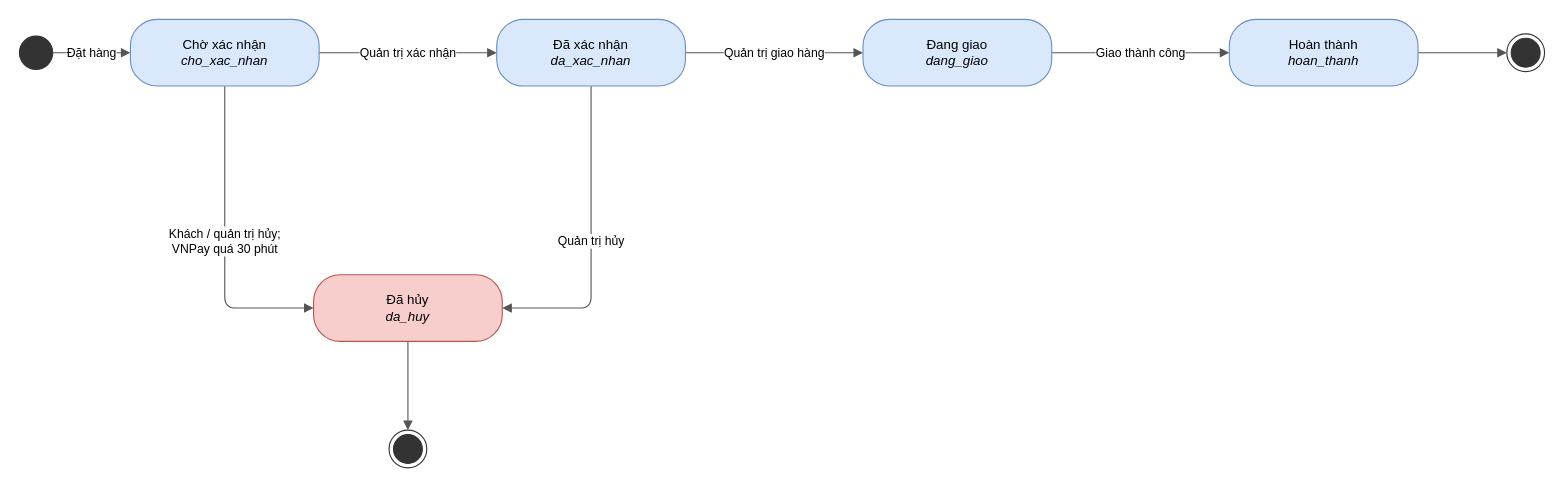
Above: docs/thiet-ke/15_tt_don_hang.drawio in phdinh254/TechGear (draw.io), before the change. Source tidied: cells renumbered, new cells numbered last; positions are measured from the earlier drawing's top-left corner, leaving out a move shared by most shapes. Both pictures are drawn from the tidied source at 111%, with x=0, y=0 at pixel (19, 19).
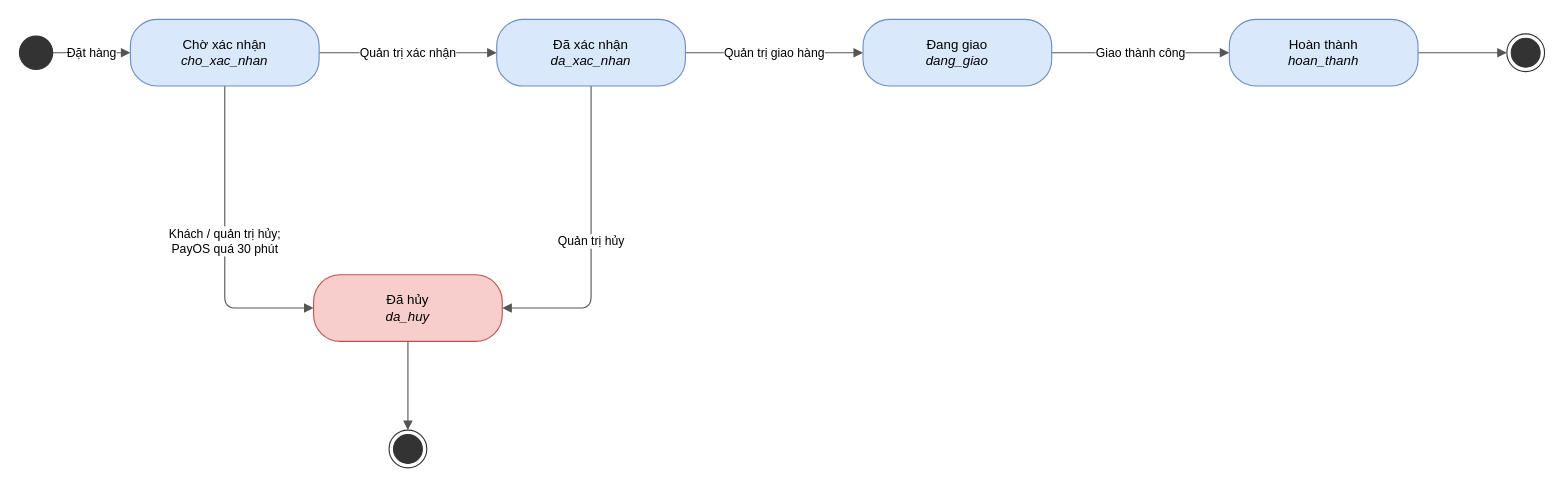
The same page after the edit.

The change refers to these unchanged cells:
```xml
<mxCell id="11" value="Chờ xác nhận&lt;br&gt;&lt;i&gt;cho_xac_nhan&lt;/i&gt;" style="rounded=1;arcSize=40;whiteSpace=wrap;html=1;fillColor=#dae8fc;strokeColor=#6c8ebf;fontSize=12;" parent="1" vertex="1">
  <mxGeometry x="100" width="170" height="60" as="geometry" />
</mxCell>
<mxCell id="16" value="Đã hủy&lt;br&gt;&lt;i&gt;da_huy&lt;/i&gt;" style="rounded=1;arcSize=40;whiteSpace=wrap;html=1;fillColor=#f8cecc;strokeColor=#b85450;fontSize=12;" parent="1" vertex="1">
  <mxGeometry x="265" y="230" width="170" height="60" as="geometry" />
</mxCell>
```

What changed in the source:
```diff
@@
-    <mxCell id="7" value="Khách / quản trị hủy;&lt;br&gt;VNPay quá 30 phút" style="edgeStyle=orthogonalEdgeStyle;html=1;rounded=1;endArrow=block;endFill=1;strokeColor=#555555;fontSize=11;labelBackgroundColor=#ffffff;exitX=0.5;exitY=1.0;exitDx=0;exitDy=0;entryX=0.0;entryY=0.5;entryDx=0;entryDy=0;" parent="1" edge="1" source="11" target="16">
+    <mxCell id="7" value="Khách / quản trị hủy;&lt;br&gt;PayOS quá 30 phút" style="edgeStyle=orthogonalEdgeStyle;html=1;rounded=1;endArrow=block;endFill=1;strokeColor=#555555;fontSize=11;labelBackgroundColor=#ffffff;exitX=0.5;exitY=1.0;exitDx=0;exitDy=0;entryX=0.0;entryY=0.5;entryDx=0;entryDy=0;" parent="1" edge="1" source="11" target="16">
       <mxGeometry relative="1" as="geometry">
         <Array as="points">
           <mxPoint x="185" y="260" />
         </Array>
       </mxGeometry>
     </mxCell>
```
